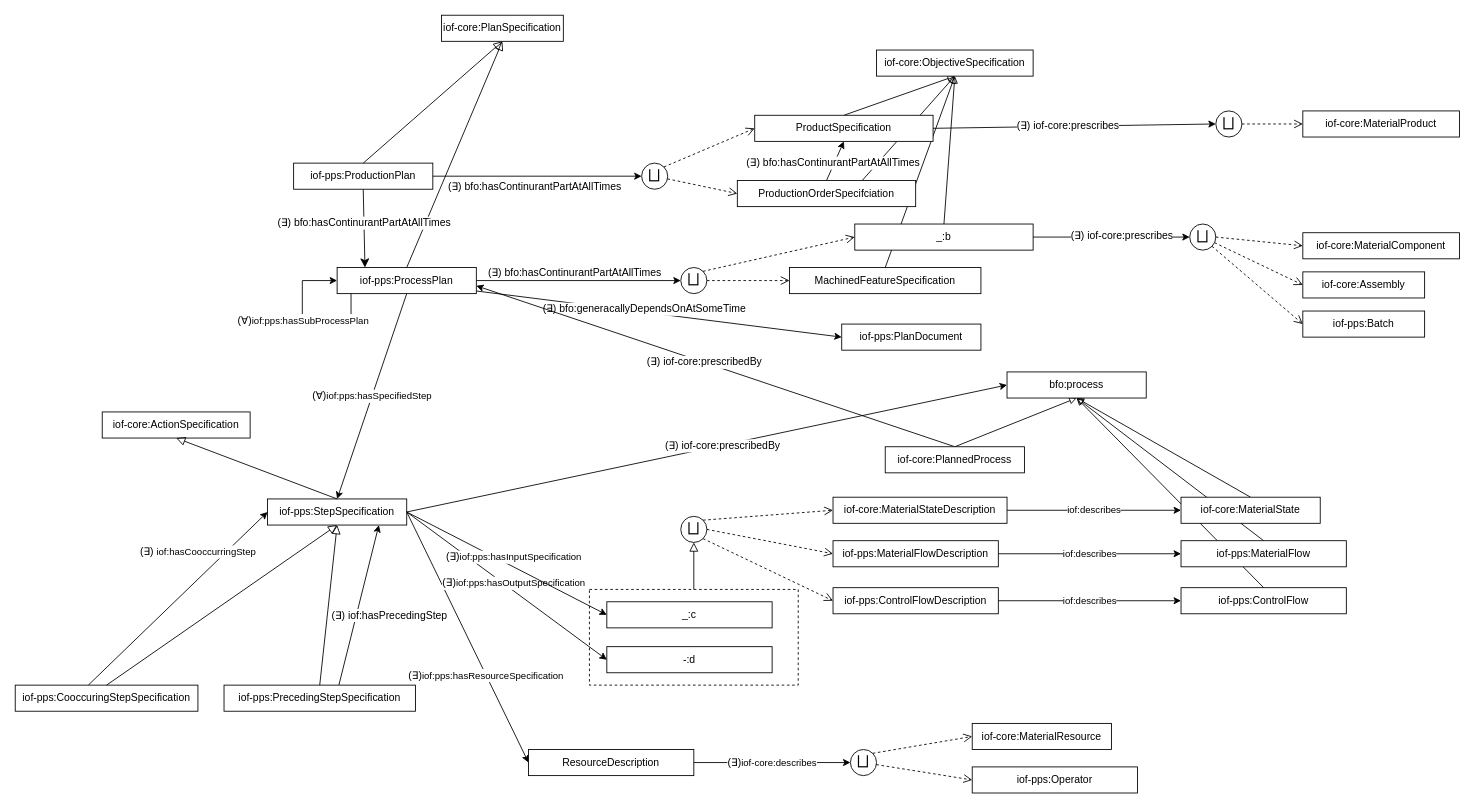
This is page "Plan" (1 of 4) of productionplanning/doc/iof-pps.drawio from iofoundry/ontology, a draw.io file, before an edit. Source tidied: cells renumbered, new cells numbered last; positions are measured from the earlier drawing's top-left corner, leaving out a move shared by most shapes. Both pictures are drawn from the tidied source at 87%, with x=0, y=0 at pixel (15, 15).
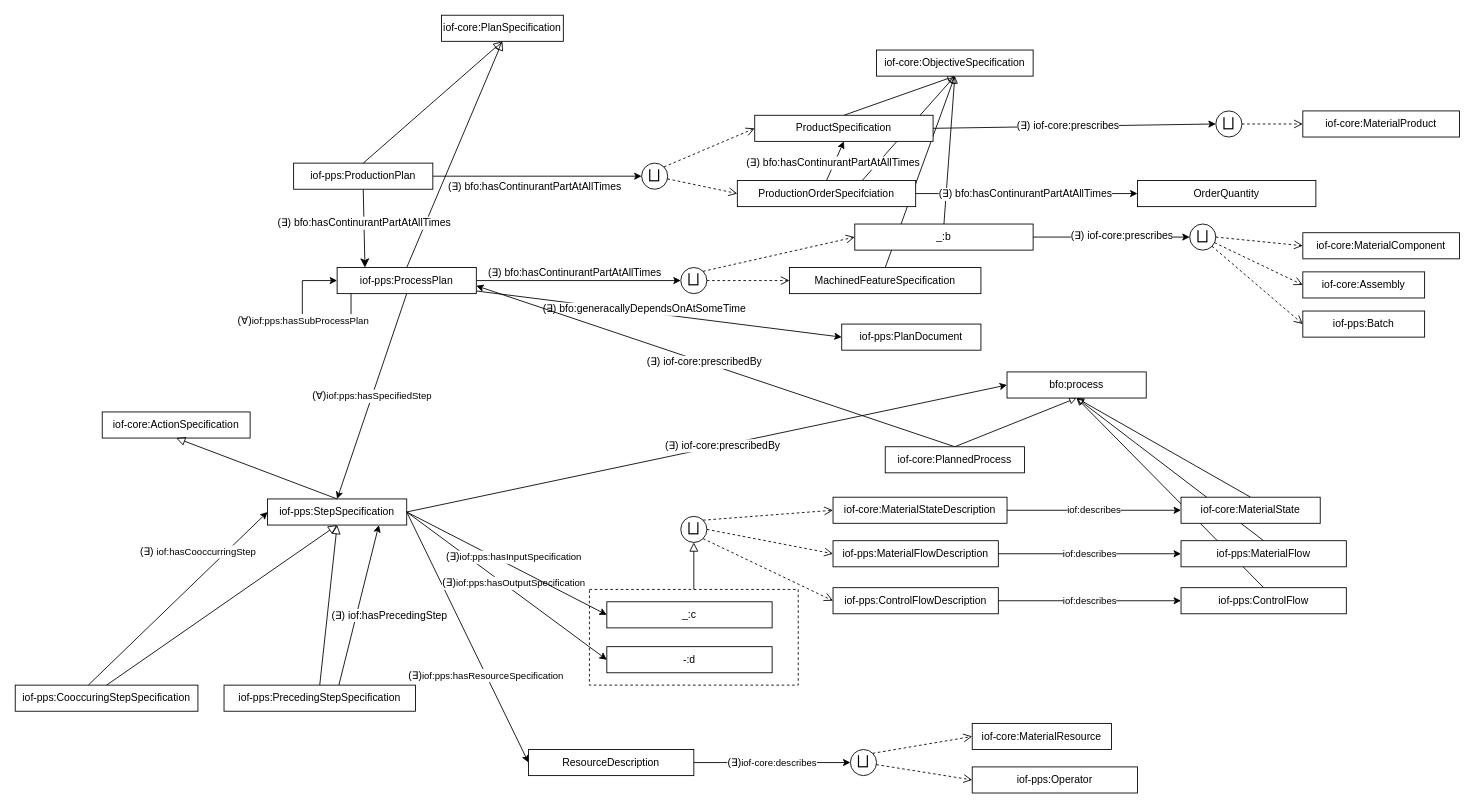
Above is the later version.

Commit message (it also covers changes not shown here):
Added possible terms in annotation spreadsheet

Unchanged cells that the change refers to:
```xml
<mxCell id="95" value="ProductionOrderSpecifciation" style="rounded=0;whiteSpace=wrap;html=1;snapToPoint=1;points=[[0.1,0],[0.2,0],[0.3,0],[0.4,0],[0.5,0],[0.6,0],[0.7,0],[0.8,0],[0.9,0],[0,0.1],[0,0.3],[0,0.5],[0,0.7],[0,0.9],[0.1,1],[0.2,1],[0.3,1],[0.4,1],[0.5,1],[0.6,1],[0.7,1],[0.8,1],[0.9,1],[1,0.1],[1,0.3],[1,0.5],[1,0.7],[1,0.9]];" parent="1" vertex="1">
  <mxGeometry x="830" y="190" width="205" height="30" as="geometry" />
</mxCell>
```

Change to the diagram source:
```diff
@@
+    <mxCell id="100" style="edgeStyle=none;rounded=0;jettySize=auto;html=1;exitX=1;exitY=0.5;exitDx=0;exitDy=0;entryX=0;entryY=0.5;entryDx=0;entryDy=0;" parent="1" edge="1" source="95" target="102">
+      <mxGeometry relative="1" as="geometry" />
+    </mxCell>
+    <mxCell id="101" value="&lt;span style=&quot;border-color: var(--border-color); font-size: 12px;&quot;&gt;(&lt;/span&gt;&lt;span style=&quot;border-color: var(--border-color); font-size: 12px;&quot; class=&quot;ILfuVd NA6bn&quot;&gt;∃&lt;/span&gt;&lt;span style=&quot;border-color: var(--border-color); font-size: 12px;&quot;&gt;) bfo:hasContinurantPartAtAllTimes&lt;/span&gt;" style="edgeLabel;html=1;align=center;verticalAlign=middle;" parent="100" vertex="1">
+      <mxGeometry x="-0.14" relative="1" as="geometry">
+        <mxPoint x="15" as="offset" />
+      </mxGeometry>
+    </mxCell>
@@
+    <mxCell id="102" value="OrderQuantity" style="rounded=0;whiteSpace=wrap;html=1;snapToPoint=1;points=[[0.1,0],[0.2,0],[0.3,0],[0.4,0],[0.5,0],[0.6,0],[0.7,0],[0.8,0],[0.9,0],[0,0.1],[0,0.3],[0,0.5],[0,0.7],[0,0.9],[0.1,1],[0.2,1],[0.3,1],[0.4,1],[0.5,1],[0.6,1],[0.7,1],[0.8,1],[0.9,1],[1,0.1],[1,0.3],[1,0.5],[1,0.7],[1,0.9]];" parent="1" vertex="1">
+      <mxGeometry x="1290" y="190" width="205" height="30" as="geometry" />
+    </mxCell>
```
